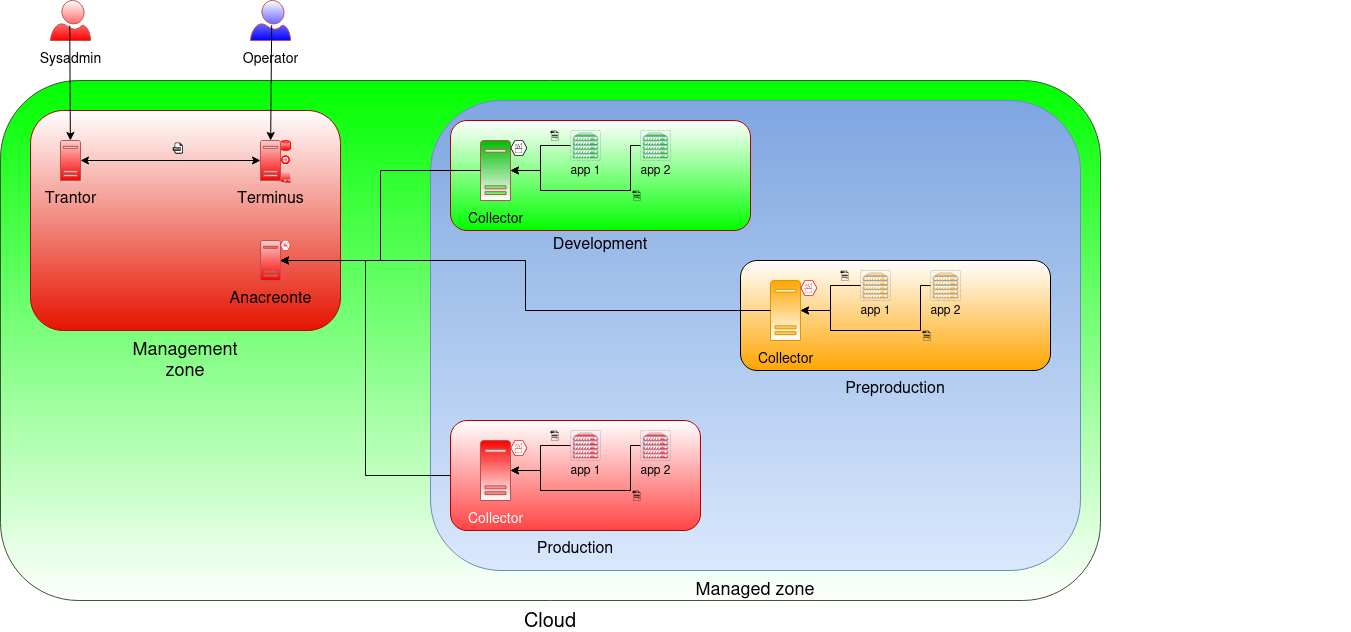
Earlier version of the draw.io export topology.drawio.png (OscHer/treboform). Source tidied: cells renumbered, new cells last; positions are measured from the earlier drawing's top-left corner, leaving out a move shared by most shapes.
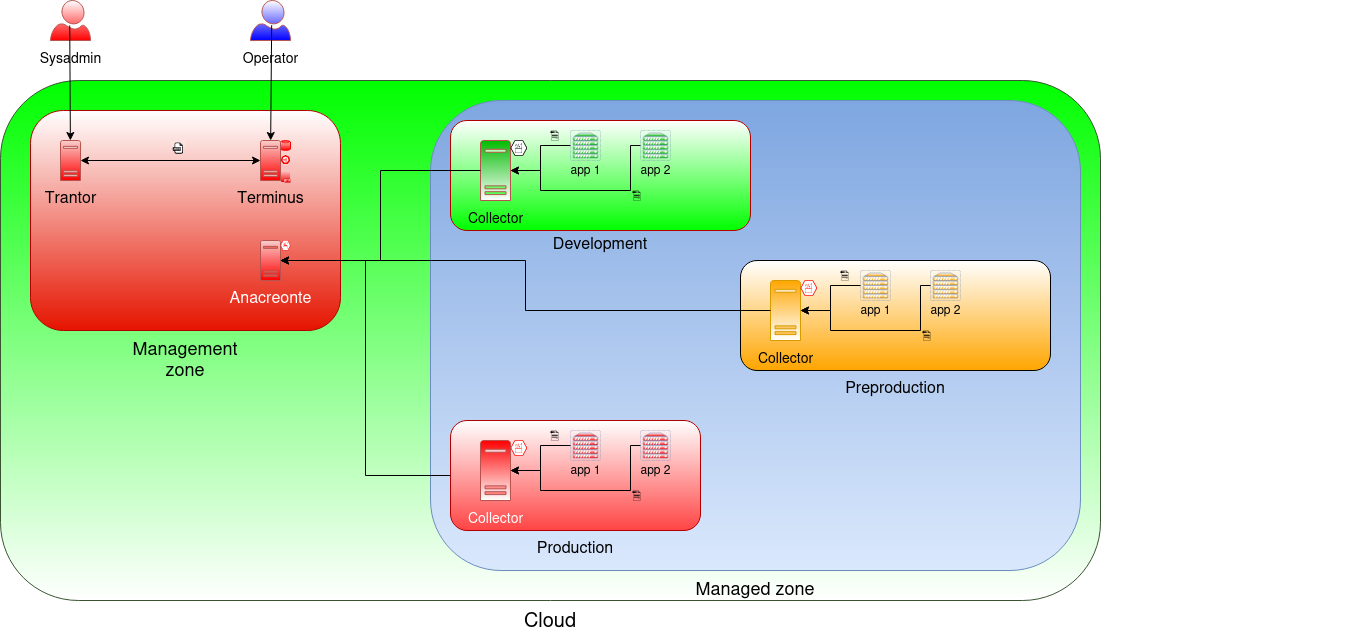
The same diagram one commit later.

Commit message:
Typo: change color of some texts

Change to the diagram source:
```diff
@@ -34,10 +34,10 @@
     <mxCell id="13" style="endArrow=classic;startArrow=classic;html=1;rounded=0;fontFamily=Helvetica;fontSize=16;fontColor=default;exitX=1;exitY=0.5;exitDx=0;exitDy=0;exitPerimeter=0;" parent="4" edge="1" source="6" target="12">
       <mxGeometry relative="1" as="geometry" />
     </mxCell>
-    <mxCell id="14" style="group;" parent="4" vertex="1">
+    <mxCell id="14" style="group;fontColor=#FFFFFF;" parent="4" vertex="1">
       <mxGeometry x="260" y="240" width="30" height="40" as="geometry" />
     </mxCell>
-    <mxCell id="15" value="Anacreonte" style="sketch=0;shadow=0;dashed=0;html=1;strokeColor=#b85450;labelPosition=center;verticalLabelPosition=bottom;verticalAlign=top;align=center;fillColor=#f8cecc;shape=mxgraph.mscae.enterprise.server_generic;gradientColor=#FF0000;fontSize=16;" parent="14" vertex="1">
+    <mxCell id="15" value="&lt;font color=&quot;#ffffff&quot;&gt;Anacreonte&lt;/font&gt;" style="sketch=0;shadow=0;dashed=0;html=1;strokeColor=#b85450;labelPosition=center;verticalLabelPosition=bottom;verticalAlign=top;align=center;fillColor=#f8cecc;shape=mxgraph.mscae.enterprise.server_generic;gradientColor=#FF0000;fontSize=16;" parent="14" vertex="1">
       <mxGeometry width="20" height="40" as="geometry" />
     </mxCell>
     <mxCell id="16" style="verticalLabelPosition=bottom;sketch=0;html=1;fillColor=#FF0000;strokeColor=#ffffff;verticalAlign=top;align=center;shape=mxgraph.cisco_safe.compositeIcon;bgIcon=mxgraph.cisco_safe.design.blank_device;resIcon=mxgraph.cisco_safe.design.log_collector_2;shadow=0;dashed=0;fontFamily=Helvetica;fontSize=14;fontColor=default;" parent="14" vertex="1">
```
